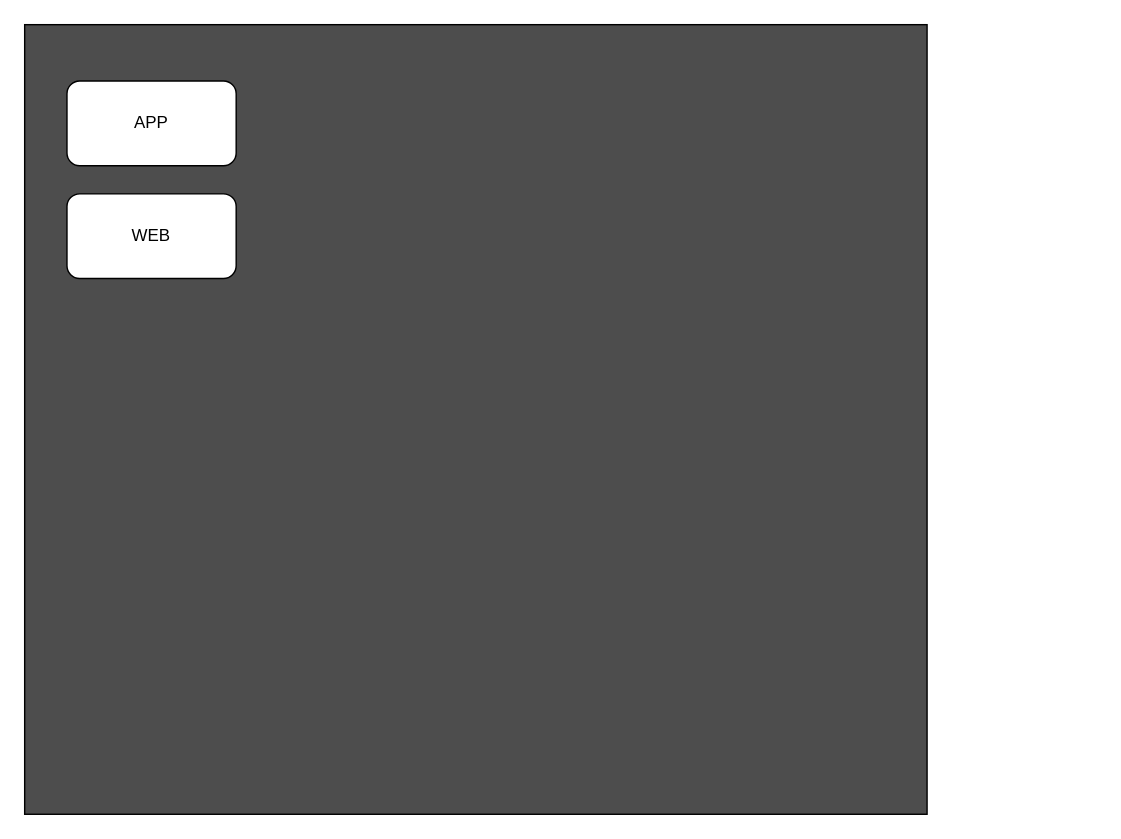
Above: cloudbirds/整体全景应用架构模型3.0.drawio in luoyongshun/framework (draw.io), before the change. Source tidied: cells renumbered, new cells numbered last; positions are measured from the earlier drawing's top-left corner, leaving out a move shared by most shapes. Both pictures are drawn from the tidied source at 141%, with x=0, y=0 at pixel (24, 24).
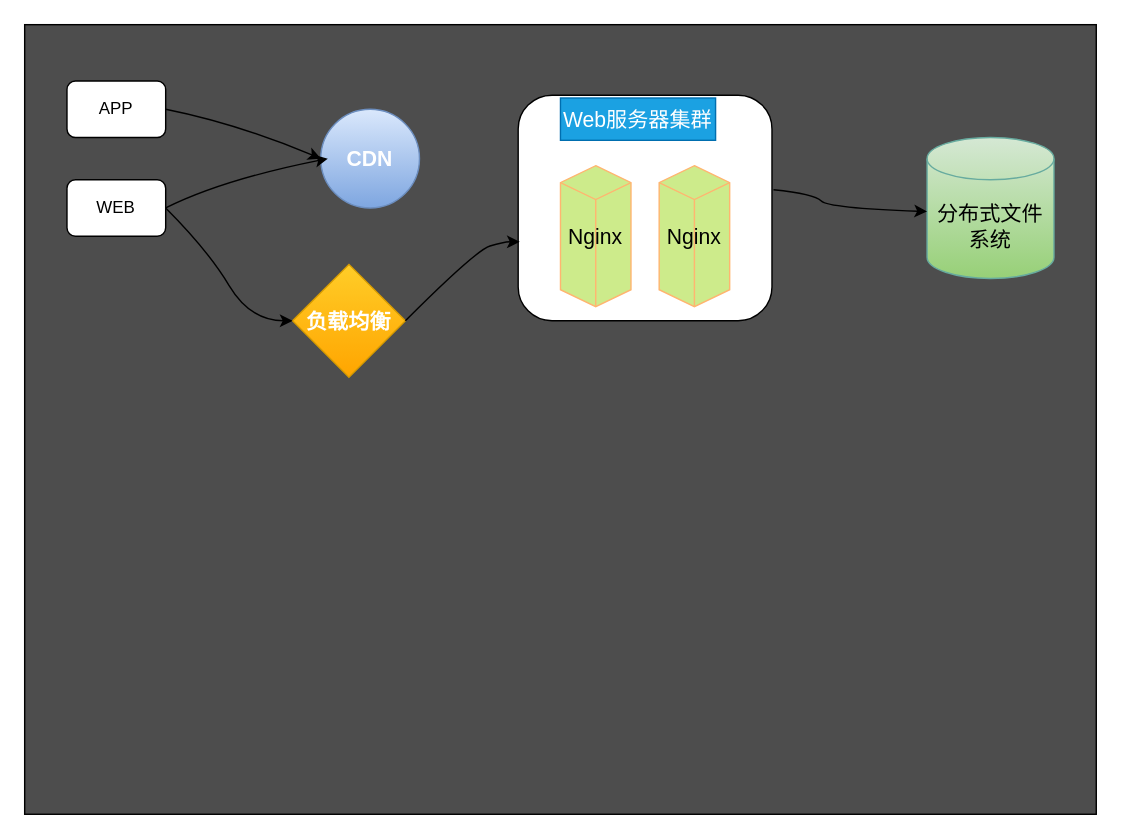
Above is the later version.

Commit message (it also covers changes not shown here):
更新整体全景应用架构模型3.0.drawio

What changed in the source:
```diff
@@
     <mxCell id="2" style="rounded=0;whiteSpace=wrap;html=1;fillColor=#4D4D4D;" parent="1" vertex="1">
-      <mxGeometry width="640" height="560" as="geometry" />
+      <mxGeometry width="760" height="560" as="geometry" />
     </mxCell>
     <mxCell id="3" value="APP" style="rounded=1;whiteSpace=wrap;html=1;" parent="1" vertex="1">
-      <mxGeometry x="30" y="40" width="120" height="60" as="geometry" />
+      <mxGeometry x="30" y="40" width="70" height="40" as="geometry" />
     </mxCell>
     <mxCell id="4" value="WEB" style="rounded=1;whiteSpace=wrap;html=1;" parent="1" vertex="1">
-      <mxGeometry x="30" y="120" width="120" height="60" as="geometry" />
+      <mxGeometry x="30" y="110" width="70" height="40" as="geometry" />
     </mxCell>
+    <mxCell id="5" style="verticalLabelPosition=bottom;verticalAlign=top;html=1;shape=mxgraph.flowchart.on-page_reference;fillColor=#dae8fc;gradientColor=#7ea6e0;strokeColor=#6c8ebf;" parent="1" vertex="1">
+      <mxGeometry x="210" y="60" width="70" height="70" as="geometry" />
+    </mxCell>
+    <mxCell id="6" value="&lt;font size=&quot;1&quot; color=&quot;#ffffff&quot;&gt;&lt;b style=&quot;font-size: 15px;&quot;&gt;负载均衡&lt;/b&gt;&lt;/font&gt;" style="rhombus;whiteSpace=wrap;html=1;fillColor=#ffcd28;gradientColor=#ffa500;strokeColor=#d79b00;" parent="1" vertex="1">
+      <mxGeometry x="190" y="170" width="80" height="80" as="geometry" />
+    </mxCell>
+    <mxCell id="7" style="curved=1;endArrow=classic;html=1;rounded=0;fontColor=#FFFFFF;entryX=0;entryY=0.5;entryDx=0;entryDy=0;entryPerimeter=0;exitX=1;exitY=0.5;exitDx=0;exitDy=0;" parent="1" edge="1" source="3" target="5">
+      <mxGeometry relative="1" as="geometry">
+        <Array as="points">
+          <mxPoint x="150" y="70" />
+        </Array>
+      </mxGeometry>
+    </mxCell>
+    <mxCell id="8" style="curved=1;endArrow=classic;html=1;rounded=0;fontColor=#FFFFFF;exitX=1;exitY=0.5;exitDx=0;exitDy=0;entryX=0;entryY=0.5;entryDx=0;entryDy=0;" parent="1" edge="1" source="4" target="6">
+      <mxGeometry relative="1" as="geometry">
+        <Array as="points">
+          <mxPoint x="130" y="160" />
+          <mxPoint x="160" y="210" />
+        </Array>
+      </mxGeometry>
+    </mxCell>
+    <mxCell id="9" value="&lt;b&gt;&lt;font style=&quot;font-size: 15px;&quot;&gt;CDN&lt;/font&gt;&lt;/b&gt;" style="text;html=1;strokeColor=none;fillColor=none;align=center;verticalAlign=middle;whiteSpace=wrap;rounded=0;fontColor=#FFFFFF;" parent="1" vertex="1">
+      <mxGeometry x="215" y="80" width="60" height="30" as="geometry" />
+    </mxCell>
+    <mxCell id="10" style="rounded=1;whiteSpace=wrap;html=1;fontColor=#FFFFFF;fillColor=#FFFFFF;" parent="1" vertex="1">
+      <mxGeometry x="350" y="50" width="180" height="160" as="geometry" />
+    </mxCell>
+    <mxCell id="11" value="Text" style="text;html=1;strokeColor=none;fillColor=none;align=center;verticalAlign=middle;whiteSpace=wrap;rounded=0;fontColor=#FFFFFF;" parent="1" vertex="1">
+      <mxGeometry x="410" y="70" width="60" height="30" as="geometry" />
+    </mxCell>
+    <mxCell id="12" value="&lt;font style=&quot;font-size: 15px;&quot;&gt;Web服务器集群&lt;/font&gt;" style="text;html=1;strokeColor=#006EAF;fillColor=#1ba1e2;align=center;verticalAlign=middle;whiteSpace=wrap;rounded=0;fontColor=#ffffff;" parent="1" vertex="1">
+      <mxGeometry x="380" y="52" width="110" height="30" as="geometry" />
+    </mxCell>
+    <mxCell id="13" style="curved=1;endArrow=classic;html=1;rounded=0;fontColor=#000000;entryX=0.006;entryY=0.65;entryDx=0;entryDy=0;entryPerimeter=0;exitX=1;exitY=0.5;exitDx=0;exitDy=0;" parent="1" edge="1" source="6" target="10">
+      <mxGeometry relative="1" as="geometry">
+        <Array as="points">
+          <mxPoint x="320" y="160" />
+          <mxPoint x="340" y="154" />
+        </Array>
+      </mxGeometry>
+    </mxCell>
+    <mxCell id="14" value="Nginx" style="html=1;whiteSpace=wrap;shape=isoCube2;backgroundOutline=1;isoAngle=15;fontSize=15;fillColor=#cdeb8b;strokeColor=#FFB570;" parent="1" vertex="1">
+      <mxGeometry x="380" y="100" width="50" height="100" as="geometry" />
+    </mxCell>
+    <mxCell id="15" value="Nginx" style="html=1;whiteSpace=wrap;shape=isoCube2;backgroundOutline=1;isoAngle=15;fontSize=15;fillColor=#cdeb8b;strokeColor=#FFB570;" parent="1" vertex="1">
+      <mxGeometry x="450" y="100" width="50" height="100" as="geometry" />
+    </mxCell>
+    <mxCell id="16" style="curved=1;endArrow=classic;html=1;rounded=0;fontSize=15;fontColor=#000000;exitX=1;exitY=0.5;exitDx=0;exitDy=0;entryX=0;entryY=0.5;entryDx=0;entryDy=0;" parent="1" edge="1" source="4" target="9">
+      <mxGeometry relative="1" as="geometry">
+        <Array as="points">
+          <mxPoint x="140" y="110" />
+        </Array>
+      </mxGeometry>
+    </mxCell>
+    <mxCell id="17" value="分布式文件系统" style="shape=cylinder3;whiteSpace=wrap;html=1;boundedLbl=1;backgroundOutline=1;size=15;fontSize=15;fillColor=#d5e8d4;strokeColor=#67AB9F;gradientColor=#97d077;" parent="1" vertex="1">
+      <mxGeometry x="640" y="80" width="90" height="100" as="geometry" />
+    </mxCell>
+    <mxCell id="18" style="curved=1;endArrow=classic;html=1;rounded=0;fontSize=15;fontColor=#000000;exitX=1.006;exitY=0.419;exitDx=0;exitDy=0;exitPerimeter=0;entryX=0;entryY=0;entryDx=0;entryDy=52.5;entryPerimeter=0;" parent="1" edge="1" source="10" target="17">
+      <mxGeometry relative="1" as="geometry">
+        <Array as="points">
+          <mxPoint x="560" y="120" />
+          <mxPoint x="570" y="130" />
+        </Array>
+      </mxGeometry>
+    </mxCell>
```
